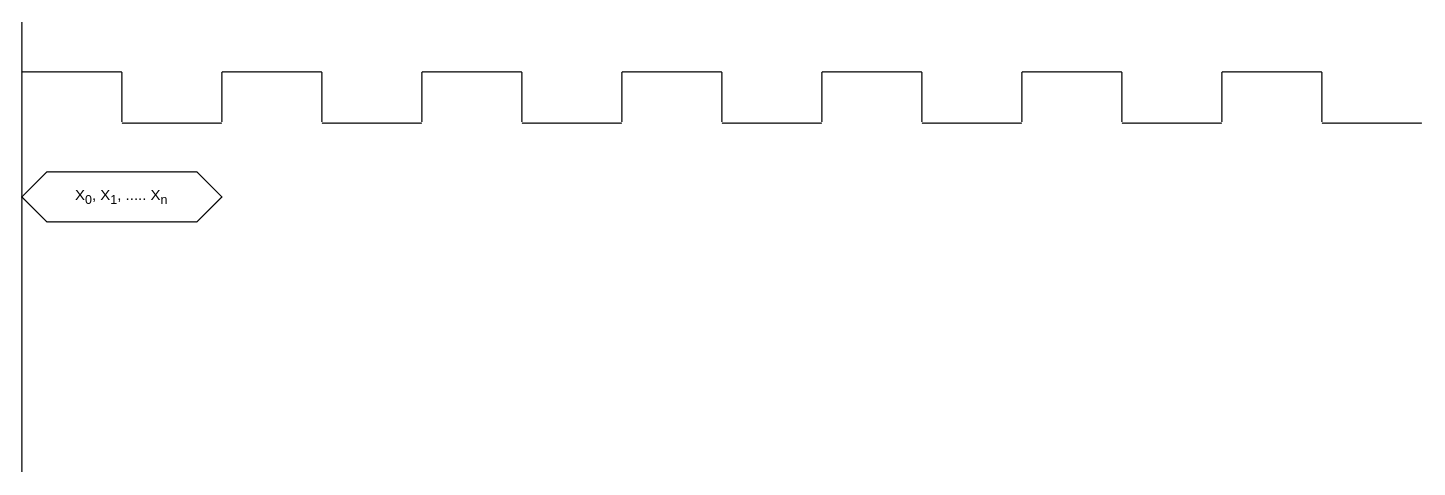
Earlier version of the draw.io diagram Timing diagram_eIQ_neutron.drawio (Nithyarajoman/Drawio-figures). Source tidied: cells renumbered, new cells numbered last; positions are measured from the earlier drawing's top-left corner, leaving out a move shared by most shapes. Both pictures are drawn from the tidied source at 125%, with x=0, y=0 at pixel (21, 21).
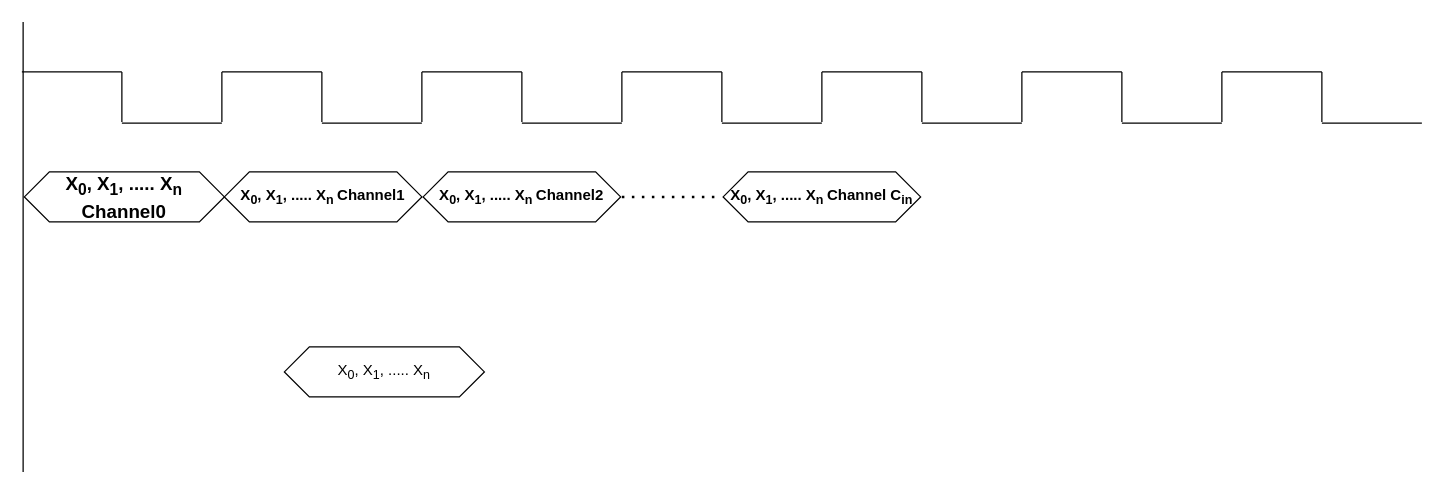
The same page after the edit.

Diff of the diagram source:
```diff
@@
-    <mxCell id="2" value="X&lt;sub&gt;0&lt;/sub&gt;, X&lt;sub&gt;1&lt;/sub&gt;, ..... X&lt;sub&gt;n&lt;/sub&gt;" style="shape=hexagon;perimeter=hexagonPerimeter2;whiteSpace=wrap;html=1;fixedSize=1;" parent="1" vertex="1">
-      <mxGeometry y="120" width="160" height="40" as="geometry" />
+    <mxCell id="2" value="&lt;b&gt;&lt;font style=&quot;font-size: 15px;&quot;&gt;X&lt;sub style=&quot;&quot;&gt;0&lt;/sub&gt;, X&lt;sub style=&quot;&quot;&gt;1&lt;/sub&gt;, ..... X&lt;sub style=&quot;&quot;&gt;n &lt;/sub&gt;Channel0&lt;/font&gt;&lt;/b&gt;" style="shape=hexagon;perimeter=hexagonPerimeter2;whiteSpace=wrap;html=1;fixedSize=1;" parent="1" vertex="1">
+      <mxGeometry x="2" y="120" width="160" height="40" as="geometry" />
     </mxCell>
     <mxCell id="3" style="endArrow=none;html=1;rounded=0;" parent="1" edge="1">
       <mxGeometry relative="1" as="geometry">
-        <mxPoint y="360" as="sourcePoint" />
-        <mxPoint as="targetPoint" />
+        <mxPoint x="1" y="360" as="sourcePoint" />
+        <mxPoint x="1" as="targetPoint" />
       </mxGeometry>
     </mxCell>
@@
+    <mxCell id="38" value="X&lt;sub&gt;0&lt;/sub&gt;, X&lt;sub&gt;1&lt;/sub&gt;, ..... X&lt;sub&gt;n&lt;/sub&gt;" style="shape=hexagon;perimeter=hexagonPerimeter2;whiteSpace=wrap;html=1;fixedSize=1;" parent="1" vertex="1">
+      <mxGeometry x="210" y="260" width="160" height="40" as="geometry" />
+    </mxCell>
+    <mxCell id="39" value="&lt;b&gt;&lt;font&gt;X&lt;sub style=&quot;&quot;&gt;0&lt;/sub&gt;, X&lt;sub style=&quot;&quot;&gt;1&lt;/sub&gt;, ..... X&lt;sub style=&quot;&quot;&gt;n &lt;/sub&gt;Channel1&lt;/font&gt;&lt;/b&gt;" style="shape=hexagon;perimeter=hexagonPerimeter2;whiteSpace=wrap;html=1;fixedSize=1;" parent="1" vertex="1">
+      <mxGeometry x="162" y="120" width="158" height="40" as="geometry" />
+    </mxCell>
+    <mxCell id="40" value="&lt;b&gt;&lt;font&gt;X&lt;sub style=&quot;&quot;&gt;0&lt;/sub&gt;, X&lt;sub style=&quot;&quot;&gt;1&lt;/sub&gt;, ..... X&lt;sub style=&quot;&quot;&gt;n &lt;/sub&gt;Channel2&lt;/font&gt;&lt;/b&gt;" style="shape=hexagon;perimeter=hexagonPerimeter2;whiteSpace=wrap;html=1;fixedSize=1;" parent="1" vertex="1">
+      <mxGeometry x="321" y="120" width="158" height="40" as="geometry" />
+    </mxCell>
+    <mxCell id="41" style="endArrow=none;dashed=1;html=1;dashPattern=1 3;strokeWidth=2;rounded=0;" parent="1" edge="1">
+      <mxGeometry relative="1" as="geometry">
+        <mxPoint x="480" y="140" as="sourcePoint" />
+        <mxPoint x="560" y="140" as="targetPoint" />
+      </mxGeometry>
+    </mxCell>
+    <mxCell id="42" value="&lt;b&gt;&lt;font&gt;X&lt;sub style=&quot;&quot;&gt;0&lt;/sub&gt;, X&lt;sub style=&quot;&quot;&gt;1&lt;/sub&gt;, ..... X&lt;sub style=&quot;&quot;&gt;n &lt;/sub&gt;Channel C&lt;sub style=&quot;&quot;&gt;in&lt;/sub&gt;&lt;/font&gt;&lt;/b&gt;" style="shape=hexagon;perimeter=hexagonPerimeter2;whiteSpace=wrap;html=1;fixedSize=1;" parent="1" vertex="1">
+      <mxGeometry x="561" y="120" width="158" height="40" as="geometry" />
+    </mxCell>
```
